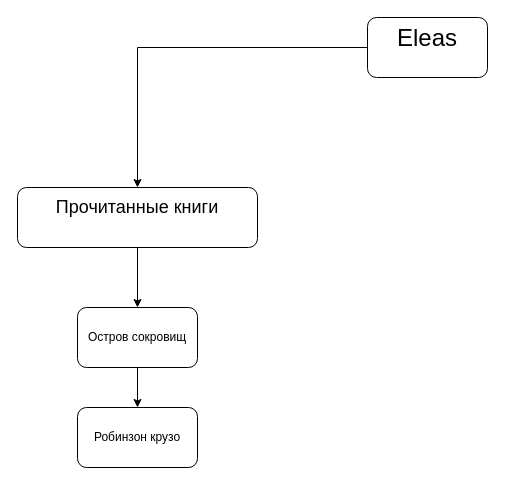
Above: Untitled Diagram.drawio in akzanzibar/Eleas (draw.io), before the change. Source tidied: cells renumbered, new cells numbered last; positions are measured from the earlier drawing's top-left corner, leaving out a move shared by most shapes. Both pictures are drawn from the tidied source at 100%, with x=0, y=0 at pixel (17, 17).
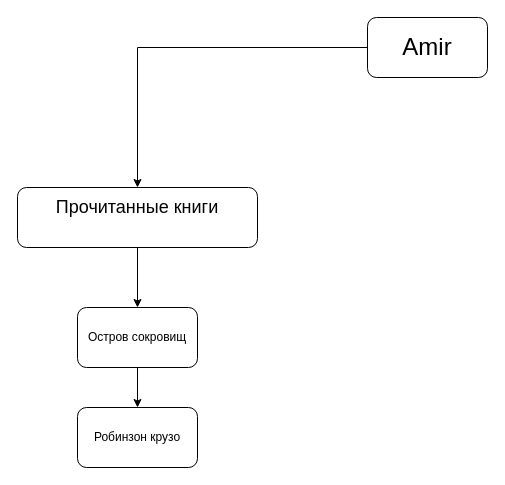
After the change.

Change to the diagram source:
```diff
@@
 <mxGraphModel>
   <root>
     <mxCell id="0" />
     <mxCell id="1" parent="0" />
     <mxCell id="2" style="ellipse;whiteSpace=wrap;html=1;align=center;fillColor=none;strokeColor=none;perimeter=centerPerimeter;" parent="1" vertex="1">
       <mxGeometry x="390" y="210" width="10" height="10" as="geometry" />
     </mxCell>
     <mxCell id="3" style="edgeStyle=orthogonalEdgeStyle;rounded=0;jettySize=auto;html=1;" parent="1" edge="1" source="4" target="6">
       <mxGeometry relative="1" as="geometry" />
     </mxCell>
-    <mxCell id="4" value="&lt;div&gt;&lt;font style=&quot;font-size: 24px;&quot;&gt;Eleas&lt;/font&gt;&lt;/div&gt;&lt;div&gt;&lt;font size=&quot;3&quot;&gt;&lt;br&gt;&lt;/font&gt;&lt;/div&gt;" style="rounded=1;whiteSpace=wrap;html=1;" parent="1" vertex="1">
+    <mxCell id="4" value="&lt;font style=&quot;font-size: 24px;&quot;&gt;Amir&lt;/font&gt;" style="rounded=1;whiteSpace=wrap;html=1;" parent="1" vertex="1">
       <mxGeometry x="350" width="120" height="60" as="geometry" />
     </mxCell>
     <mxCell id="5" style="edgeStyle=orthogonalEdgeStyle;rounded=0;jettySize=auto;html=1;" parent="1" edge="1" source="6" target="8">
       <mxGeometry relative="1" as="geometry" />
     </mxCell>
     <mxCell id="6" value="&lt;div&gt;&lt;font style=&quot;font-size: 18px;&quot;&gt;Прочитанные книги&lt;/font&gt;&lt;/div&gt;&lt;div&gt;&lt;font size=&quot;3&quot;&gt;&lt;br&gt;&lt;/font&gt;&lt;/div&gt;" style="whiteSpace=wrap;html=1;rounded=1;" parent="1" vertex="1">
       <mxGeometry y="170" width="240" height="60" as="geometry" />
     </mxCell>
     <mxCell id="7" style="edgeStyle=orthogonalEdgeStyle;rounded=0;jettySize=auto;html=1;" parent="1" edge="1" source="8" target="9">
       <mxGeometry relative="1" as="geometry" />
     </mxCell>
     <mxCell id="8" value="&lt;div&gt;Остров сокровищ&lt;/div&gt;" style="rounded=1;whiteSpace=wrap;html=1;" parent="1" vertex="1">
       <mxGeometry x="60" y="290" width="120" height="60" as="geometry" />
     </mxCell>
     <mxCell id="9" value="&lt;div&gt;Робинзон крузо&lt;/div&gt;" style="whiteSpace=wrap;html=1;rounded=1;" parent="1" vertex="1">
       <mxGeometry x="60" y="390" width="120" height="60" as="geometry" />
     </mxCell>
   </root>
 </mxGraphModel>
```
